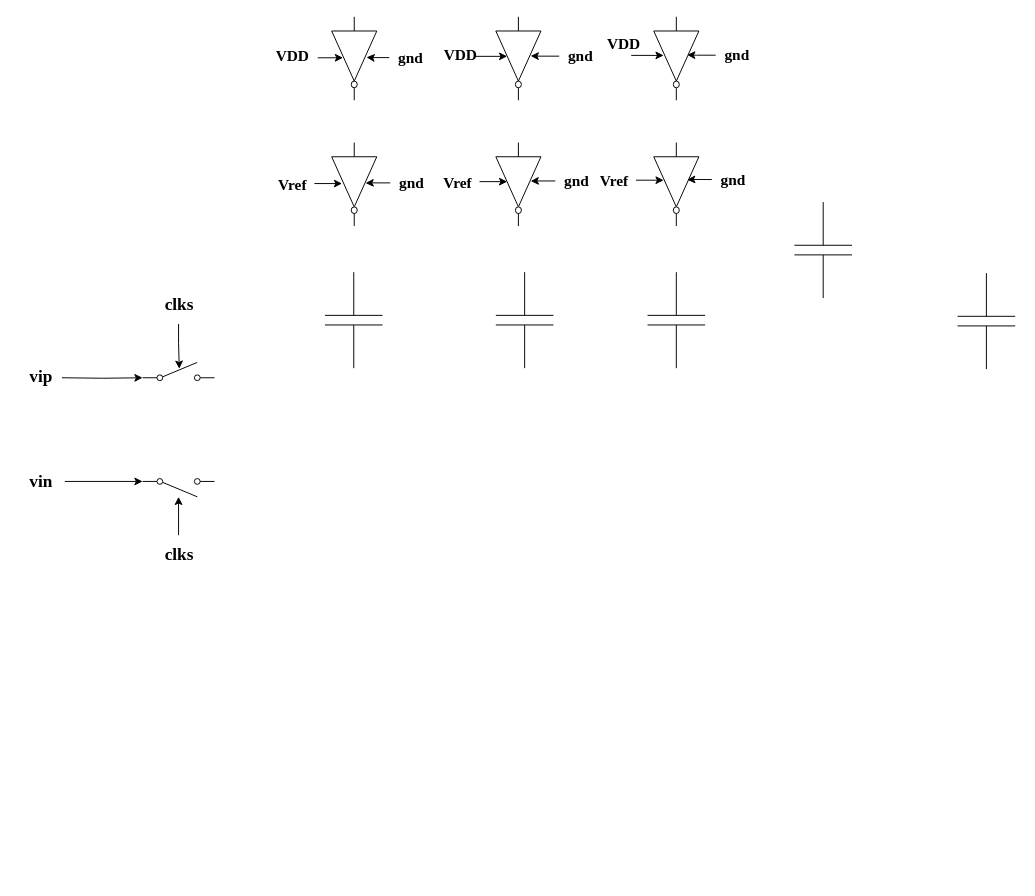
The draw.io diagram cdac.drawio in w1213ph/draw.io, before the edit. Source tidied: cells renumbered, new cells numbered last; positions are measured from the earlier drawing's top-left corner, leaving out a move shared by most shapes. Both pictures are drawn from the tidied source at 96%, with x=0, y=0 at pixel (16, 16).
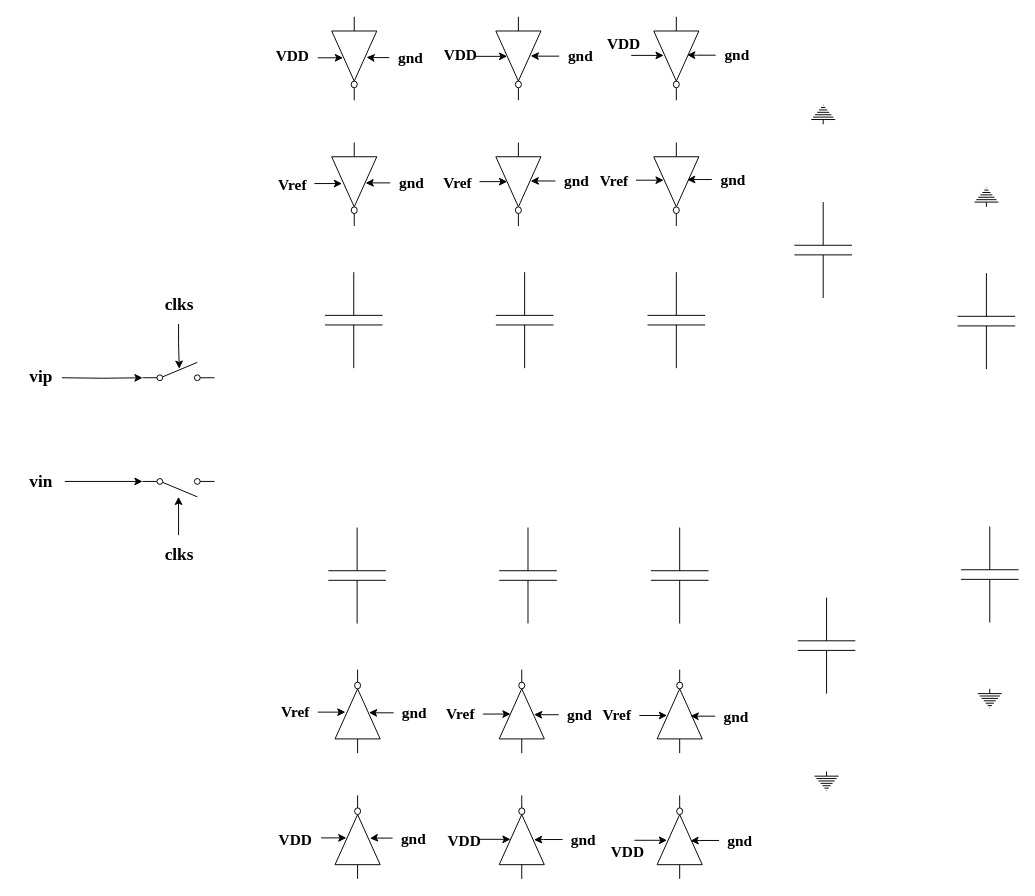
After the change.

What changed in the source:
```diff
@@
+    <mxCell id="47" style="verticalLabelPosition=bottom;shadow=0;dashed=0;align=center;html=1;verticalAlign=top;shape=mxgraph.electrical.signal_sources.protective_earth;direction=west;" parent="1" vertex="1">
+      <mxGeometry x="827.5" y="92" width="25" height="20" as="geometry" />
+    </mxCell>
+    <mxCell id="48" style="verticalLabelPosition=bottom;shadow=0;dashed=0;align=center;html=1;verticalAlign=top;shape=mxgraph.electrical.signal_sources.protective_earth;direction=west;" parent="1" vertex="1">
+      <mxGeometry x="997.5" y="178" width="25" height="20" as="geometry" />
+    </mxCell>
+    <mxCell id="49" style="verticalLabelPosition=bottom;shadow=0;dashed=0;align=center;html=1;verticalAlign=top;shape=mxgraph.electrical.capacitors.capacitor_1;direction=south;" parent="1" vertex="1">
+      <mxGeometry x="324.5" y="532" width="60" height="100" as="geometry" />
+    </mxCell>
+    <mxCell id="50" style="verticalLabelPosition=bottom;shadow=0;dashed=0;align=center;html=1;verticalAlign=top;shape=mxgraph.electrical.capacitors.capacitor_1;direction=south;" parent="1" vertex="1">
+      <mxGeometry x="502.5" y="532" width="60" height="100" as="geometry" />
+    </mxCell>
+    <mxCell id="51" style="verticalLabelPosition=bottom;shadow=0;dashed=0;align=center;html=1;verticalAlign=top;shape=mxgraph.electrical.capacitors.capacitor_1;direction=south;" parent="1" vertex="1">
+      <mxGeometry x="813.5" y="605" width="60" height="100" as="geometry" />
+    </mxCell>
+    <mxCell id="52" style="verticalLabelPosition=bottom;shadow=0;dashed=0;align=center;html=1;verticalAlign=top;shape=mxgraph.electrical.capacitors.capacitor_1;direction=south;" parent="1" vertex="1">
+      <mxGeometry x="983.5" y="531" width="60" height="100" as="geometry" />
+    </mxCell>
+    <mxCell id="53" style="verticalLabelPosition=bottom;shadow=0;dashed=0;align=center;html=1;verticalAlign=top;shape=mxgraph.electrical.logic_gates.inverter_2;direction=south;flipV=1;" parent="1" vertex="1">
+      <mxGeometry x="331.5" y="811" width="47" height="87" as="geometry" />
+    </mxCell>
+    <mxCell id="54" style="verticalLabelPosition=bottom;shadow=0;dashed=0;align=center;html=1;verticalAlign=top;shape=mxgraph.electrical.logic_gates.inverter_2;direction=north;" parent="1" vertex="1">
+      <mxGeometry x="331.5" y="680" width="47" height="87" as="geometry" />
+    </mxCell>
+    <mxCell id="55" style="verticalLabelPosition=bottom;shadow=0;dashed=0;align=center;html=1;verticalAlign=top;shape=mxgraph.electrical.logic_gates.inverter_2;direction=south;flipV=1;" parent="1" vertex="1">
+      <mxGeometry x="502.5" y="811" width="47" height="87" as="geometry" />
+    </mxCell>
+    <mxCell id="56" style="verticalLabelPosition=bottom;shadow=0;dashed=0;align=center;html=1;verticalAlign=top;shape=mxgraph.electrical.logic_gates.inverter_2;direction=south;flipV=1;" parent="1" vertex="1">
+      <mxGeometry x="502.5" y="680" width="47" height="87" as="geometry" />
+    </mxCell>
+    <mxCell id="57" style="verticalLabelPosition=bottom;shadow=0;dashed=0;align=center;html=1;verticalAlign=top;shape=mxgraph.electrical.capacitors.capacitor_1;direction=south;" parent="1" vertex="1">
+      <mxGeometry x="660.5" y="532" width="60" height="100" as="geometry" />
+    </mxCell>
+    <mxCell id="58" style="verticalLabelPosition=bottom;shadow=0;dashed=0;align=center;html=1;verticalAlign=top;shape=mxgraph.electrical.logic_gates.inverter_2;direction=south;flipV=1;" parent="1" vertex="1">
+      <mxGeometry x="667" y="811" width="47" height="87" as="geometry" />
+    </mxCell>
+    <mxCell id="59" style="verticalLabelPosition=bottom;shadow=0;dashed=0;align=center;html=1;verticalAlign=top;shape=mxgraph.electrical.logic_gates.inverter_2;direction=south;flipV=1;" parent="1" vertex="1">
+      <mxGeometry x="667" y="680" width="47" height="87" as="geometry" />
+    </mxCell>
+    <mxCell id="60" style="edgeStyle=orthogonalEdgeStyle;rounded=0;jettySize=auto;html=1;entryX=0.502;entryY=0.812;entryDx=0;entryDy=0;entryPerimeter=0;" parent="1" edge="1" source="61">
+      <mxGeometry relative="1" as="geometry">
+        <mxPoint x="342.3" y="724.3" as="targetPoint" />
+        <Array as="points">
+          <mxPoint x="336.5" y="724" />
+        </Array>
+      </mxGeometry>
+    </mxCell>
+    <mxCell id="61" value="Vref" style="text;html=1;align=center;verticalAlign=middle;points=[];strokeColor=none;fillColor=none;fontFamily=Times New Roman;fontStyle=1;fontSize=16;" parent="1" vertex="1">
+      <mxGeometry x="266.5" y="707.5" width="47" height="32" as="geometry" />
+    </mxCell>
+    <mxCell id="62" value="gnd" style="text;html=1;align=center;verticalAlign=middle;points=[];strokeColor=none;fillColor=none;fontFamily=Times New Roman;fontStyle=1;fontSize=16;" parent="1" vertex="1">
+      <mxGeometry x="392.5" y="709" width="43" height="32" as="geometry" />
+    </mxCell>
+    <mxCell id="63" style="edgeStyle=orthogonalEdgeStyle;rounded=0;jettySize=auto;html=1;entryX=0.497;entryY=0.291;entryDx=0;entryDy=0;entryPerimeter=0;" parent="1" edge="1" source="62">
+      <mxGeometry relative="1" as="geometry">
+        <mxPoint x="366.8" y="724.8" as="targetPoint" />
+      </mxGeometry>
+    </mxCell>
+    <mxCell id="64" style="edgeStyle=orthogonalEdgeStyle;rounded=0;jettySize=auto;html=1;entryX=0.502;entryY=0.812;entryDx=0;entryDy=0;entryPerimeter=0;" parent="1" edge="1" source="65">
+      <mxGeometry relative="1" as="geometry">
+        <mxPoint x="343.3" y="855.3" as="targetPoint" />
+        <Array as="points">
+          <mxPoint x="337.5" y="855" />
+        </Array>
+      </mxGeometry>
+    </mxCell>
+    <mxCell id="65" value="VDD" style="text;html=1;align=center;verticalAlign=middle;points=[];strokeColor=none;fillColor=none;fontFamily=Times New Roman;fontStyle=1;fontSize=16;" parent="1" vertex="1">
+      <mxGeometry x="263" y="841" width="54" height="32" as="geometry" />
+    </mxCell>
+    <mxCell id="66" value="gnd" style="text;html=1;align=center;verticalAlign=middle;points=[];strokeColor=none;fillColor=none;fontFamily=Times New Roman;fontStyle=1;fontSize=16;" parent="1" vertex="1">
+      <mxGeometry x="391.5" y="839.5" width="43" height="32" as="geometry" />
+    </mxCell>
+    <mxCell id="67" style="edgeStyle=orthogonalEdgeStyle;rounded=0;jettySize=auto;html=1;entryX=0.497;entryY=0.291;entryDx=0;entryDy=0;entryPerimeter=0;" parent="1" edge="1" source="66">
+      <mxGeometry relative="1" as="geometry">
+        <mxPoint x="367.8" y="855.8" as="targetPoint" />
+      </mxGeometry>
+    </mxCell>
+    <mxCell id="68" style="edgeStyle=orthogonalEdgeStyle;rounded=0;orthogonalLoop=1;jettySize=auto;html=1;entryX=0.502;entryY=0.812;entryDx=0;entryDy=0;entryPerimeter=0;" parent="1" edge="1">
+      <mxGeometry relative="1" as="geometry">
+        <mxPoint x="480.5" y="856.8" as="sourcePoint" />
+        <mxPoint x="514.3" y="856.8" as="targetPoint" />
+        <Array as="points">
+          <mxPoint x="508.5" y="856.5" />
+        </Array>
+      </mxGeometry>
+    </mxCell>
+    <mxCell id="69" value="VDD" style="text;html=1;align=center;verticalAlign=middle;strokeColor=none;fillColor=none;fontFamily=Times New Roman;fontStyle=1;fontSize=16;" parent="1" vertex="1">
+      <mxGeometry x="438.5" y="842" width="54" height="32" as="geometry" />
+    </mxCell>
+    <mxCell id="70" value="gnd" style="text;html=1;align=center;verticalAlign=middle;points=[];strokeColor=none;fillColor=none;fontFamily=Times New Roman;fontStyle=1;fontSize=16;" parent="1" vertex="1">
+      <mxGeometry x="568.5" y="841" width="43" height="32" as="geometry" />
+    </mxCell>
+    <mxCell id="71" style="edgeStyle=orthogonalEdgeStyle;rounded=0;jettySize=auto;html=1;entryX=0.497;entryY=0.291;entryDx=0;entryDy=0;entryPerimeter=0;" parent="1" edge="1" source="70">
+      <mxGeometry relative="1" as="geometry">
+        <mxPoint x="538.8" y="857.3" as="targetPoint" />
+      </mxGeometry>
+    </mxCell>
+    <mxCell id="72" style="edgeStyle=orthogonalEdgeStyle;rounded=0;orthogonalLoop=1;jettySize=auto;html=1;entryX=0.502;entryY=0.812;entryDx=0;entryDy=0;entryPerimeter=0;" parent="1" edge="1">
+      <mxGeometry relative="1" as="geometry">
+        <mxPoint x="643.5" y="857.8" as="sourcePoint" />
+        <mxPoint x="677.3" y="857.8" as="targetPoint" />
+        <Array as="points">
+          <mxPoint x="671.5" y="857.5" />
+        </Array>
+      </mxGeometry>
+    </mxCell>
+    <mxCell id="73" value="gnd" style="text;html=1;align=center;verticalAlign=middle;points=[];strokeColor=none;fillColor=none;fontFamily=Times New Roman;fontStyle=1;fontSize=16;" parent="1" vertex="1">
+      <mxGeometry x="731.5" y="842" width="43" height="32" as="geometry" />
+    </mxCell>
+    <mxCell id="74" style="edgeStyle=orthogonalEdgeStyle;rounded=0;jettySize=auto;html=1;entryX=0.497;entryY=0.291;entryDx=0;entryDy=0;entryPerimeter=0;" parent="1" edge="1" source="73">
+      <mxGeometry relative="1" as="geometry">
+        <mxPoint x="701.8" y="858.3" as="targetPoint" />
+      </mxGeometry>
+    </mxCell>
+    <mxCell id="75" value="VDD" style="text;html=1;align=center;verticalAlign=middle;strokeColor=none;fillColor=none;fontFamily=Times New Roman;fontStyle=1;fontSize=16;" parent="1" vertex="1">
+      <mxGeometry x="608.5" y="854" width="54" height="32" as="geometry" />
+    </mxCell>
+    <mxCell id="76" style="edgeStyle=orthogonalEdgeStyle;rounded=0;jettySize=auto;html=1;entryX=0.502;entryY=0.812;entryDx=0;entryDy=0;entryPerimeter=0;" parent="1" edge="1" source="77">
+      <mxGeometry relative="1" as="geometry">
+        <mxPoint x="514.3" y="726.3" as="targetPoint" />
+        <Array as="points">
+          <mxPoint x="508.5" y="726" />
+        </Array>
+      </mxGeometry>
+    </mxCell>
+    <mxCell id="77" value="Vref" style="text;html=1;align=center;verticalAlign=middle;points=[];strokeColor=none;fillColor=none;fontFamily=Times New Roman;fontStyle=1;fontSize=16;" parent="1" vertex="1">
+      <mxGeometry x="438.5" y="709.5" width="47" height="32" as="geometry" />
+    </mxCell>
+    <mxCell id="78" value="gnd" style="text;html=1;align=center;verticalAlign=middle;points=[];strokeColor=none;fillColor=none;fontFamily=Times New Roman;fontStyle=1;fontSize=16;" parent="1" vertex="1">
+      <mxGeometry x="564.5" y="711" width="43" height="32" as="geometry" />
+    </mxCell>
+    <mxCell id="79" style="edgeStyle=orthogonalEdgeStyle;rounded=0;jettySize=auto;html=1;entryX=0.497;entryY=0.291;entryDx=0;entryDy=0;entryPerimeter=0;" parent="1" edge="1" source="78">
+      <mxGeometry relative="1" as="geometry">
+        <mxPoint x="538.8" y="726.8" as="targetPoint" />
+      </mxGeometry>
+    </mxCell>
+    <mxCell id="80" style="edgeStyle=orthogonalEdgeStyle;rounded=0;jettySize=auto;html=1;entryX=0.502;entryY=0.812;entryDx=0;entryDy=0;entryPerimeter=0;" parent="1" edge="1" source="81">
+      <mxGeometry relative="1" as="geometry">
+        <mxPoint x="677.3" y="727.8" as="targetPoint" />
+        <Array as="points">
+          <mxPoint x="671.5" y="727.5" />
+        </Array>
+      </mxGeometry>
+    </mxCell>
+    <mxCell id="81" value="Vref" style="text;html=1;align=center;verticalAlign=middle;points=[];strokeColor=none;fillColor=none;fontFamily=Times New Roman;fontStyle=1;fontSize=16;" parent="1" vertex="1">
+      <mxGeometry x="601.5" y="711" width="47" height="32" as="geometry" />
+    </mxCell>
+    <mxCell id="82" value="gnd" style="text;html=1;align=center;verticalAlign=middle;points=[];strokeColor=none;fillColor=none;fontFamily=Times New Roman;fontStyle=1;fontSize=16;" parent="1" vertex="1">
+      <mxGeometry x="727.5" y="712.5" width="43" height="32" as="geometry" />
+    </mxCell>
+    <mxCell id="83" style="edgeStyle=orthogonalEdgeStyle;rounded=0;jettySize=auto;html=1;entryX=0.497;entryY=0.291;entryDx=0;entryDy=0;entryPerimeter=0;" parent="1" edge="1" source="82">
+      <mxGeometry relative="1" as="geometry">
+        <mxPoint x="701.8" y="728.3" as="targetPoint" />
+      </mxGeometry>
+    </mxCell>
+    <mxCell id="84" style="verticalLabelPosition=bottom;shadow=0;dashed=0;align=center;html=1;verticalAlign=top;shape=mxgraph.electrical.signal_sources.protective_earth;direction=west;flipV=1;" parent="1" vertex="1">
+      <mxGeometry x="831" y="786" width="25" height="20" as="geometry" />
+    </mxCell>
+    <mxCell id="85" style="verticalLabelPosition=bottom;shadow=0;dashed=0;align=center;html=1;verticalAlign=top;shape=mxgraph.electrical.signal_sources.protective_earth;direction=west;flipV=1;" parent="1" vertex="1">
+      <mxGeometry x="1001" y="700" width="25" height="20" as="geometry" />
+    </mxCell>
```
